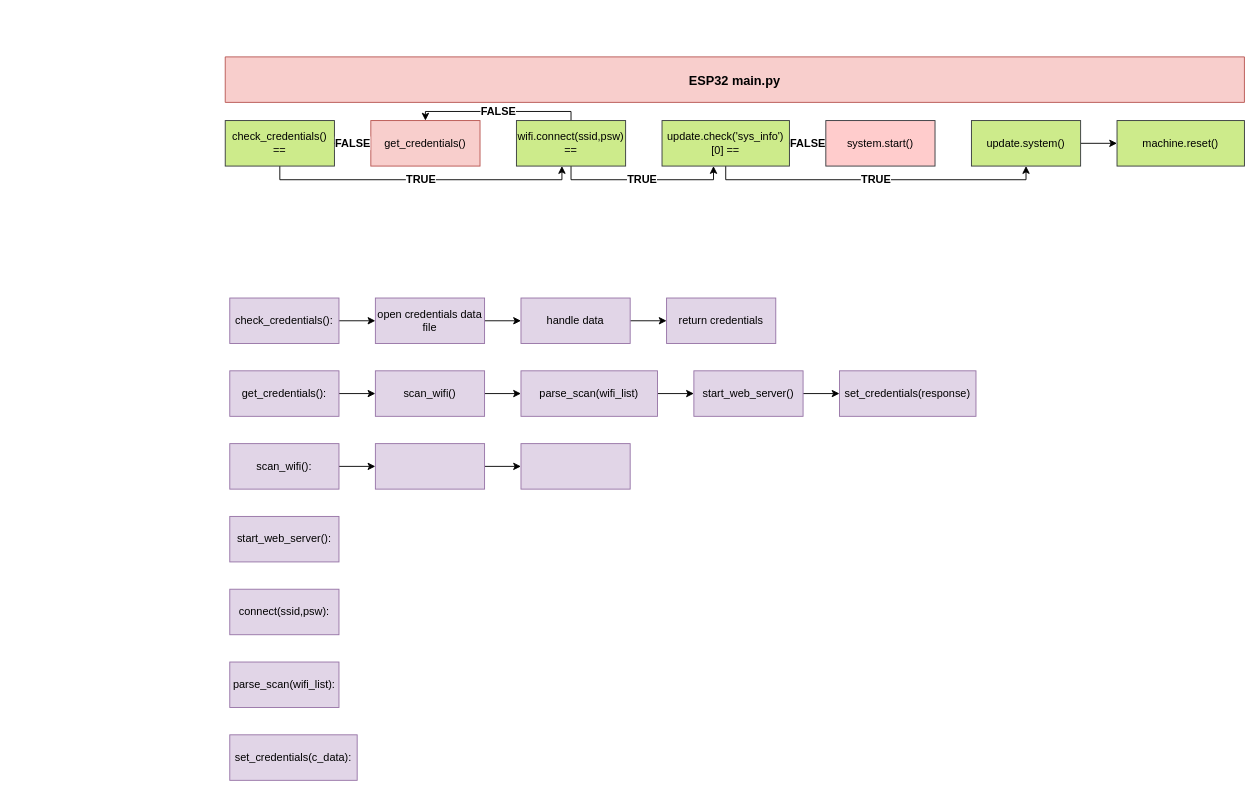
The draw.io diagram design_files/esp_structure.drawio in marsex/workbench, before the edit. Source tidied: cells renumbered, new cells numbered last; positions are measured from the earlier drawing's top-left corner, leaving out a move shared by most shapes. Both pictures are drawn from the tidied source at 91%, with x=0, y=0 at pixel (225, 56).
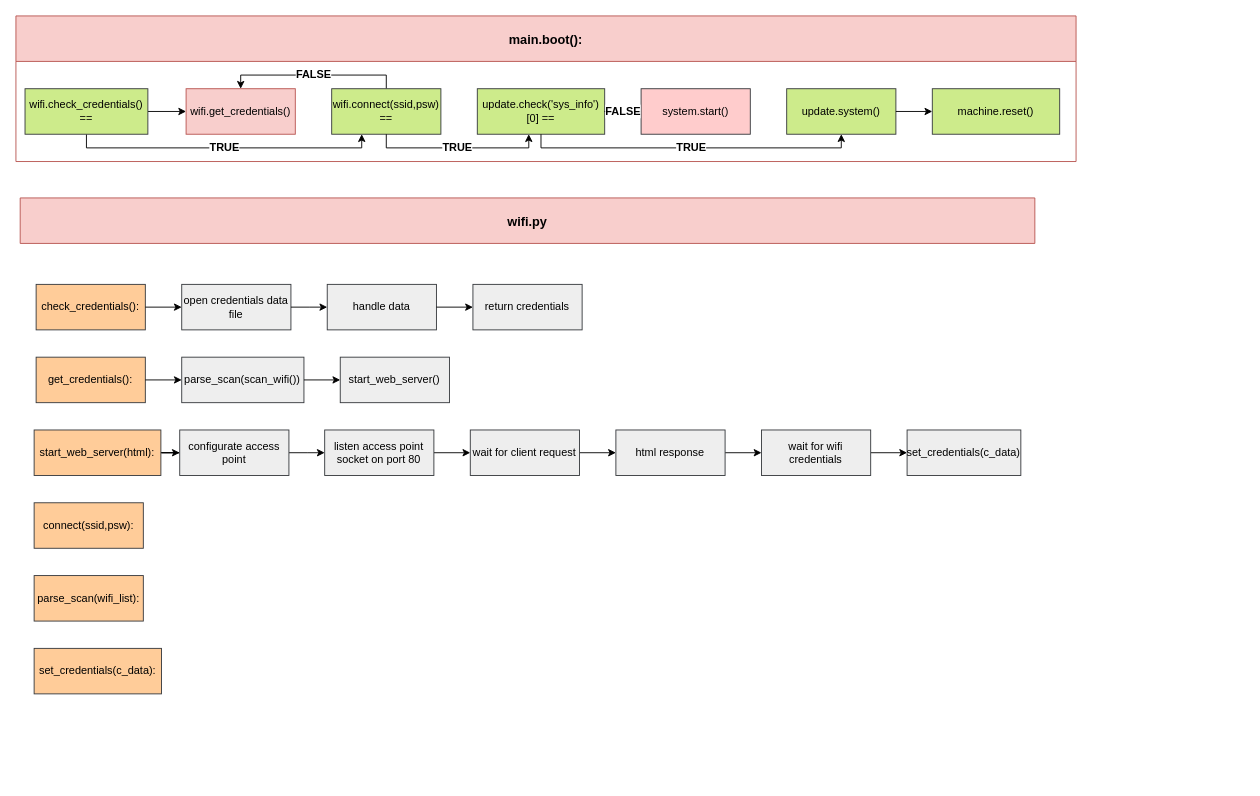
After the change.

What changed in the source:
```diff
@@
-    <mxCell id="2" value="ESP32 main.py" style="swimlane;strokeColor=#b85450;fillColor=#f8cecc;fontSize=14;startSize=50;flipH=1;" parent="1" vertex="1">
-      <mxGeometry width="1120" height="50" as="geometry" />
+    <mxCell id="2" value="main.boot():" style="swimlane;strokeColor=#b85450;fillColor=#f8cecc;fontSize=14;startSize=50;flipH=1;" parent="1" vertex="1">
+      <mxGeometry x="-230" y="-45" width="1165" height="160" as="geometry" />
     </mxCell>
-    <mxCell id="3" value="get_credentials()" style="rounded=0;whiteSpace=wrap;html=1;fillColor=#f8cecc;strokeColor=#b85450;" parent="1" vertex="1">
-      <mxGeometry x="160" y="70" width="120" height="50" as="geometry" />
+    <mxCell id="3" value="wifi.get_credentials()" style="rounded=0;whiteSpace=wrap;html=1;fillColor=#f8cecc;strokeColor=#b85450;" parent="2" vertex="1">
+      <mxGeometry x="187" y="80" width="120" height="50" as="geometry" />
     </mxCell>
-    <mxCell id="4" value="&lt;b&gt;FALSE&lt;/b&gt;" style="edgeStyle=orthogonalEdgeStyle;rounded=0;jettySize=auto;html=1;exitX=0.5;exitY=0;exitDx=0;exitDy=0;entryX=0.5;entryY=0;entryDx=0;entryDy=0;fontSize=12;fontColor=#000000;" parent="1" edge="1" source="6" target="3">
+    <mxCell id="4" value="&lt;b&gt;FALSE&lt;/b&gt;" style="edgeStyle=orthogonalEdgeStyle;rounded=0;jettySize=auto;html=1;exitX=0.5;exitY=0;exitDx=0;exitDy=0;entryX=0.5;entryY=0;entryDx=0;entryDy=0;fontSize=12;fontColor=#000000;" parent="2" edge="1" source="6" target="3">
       <mxGeometry relative="1" as="geometry">
         <Array as="points">
-          <mxPoint x="380" y="60" />
-          <mxPoint x="220" y="60" />
+          <mxPoint x="407" y="65" />
+          <mxPoint x="247" y="65" />
         </Array>
       </mxGeometry>
     </mxCell>
+    <mxCell id="6" value="wifi.connect(ssid,psw)&lt;br&gt;==" style="rounded=0;whiteSpace=wrap;html=1;fillColor=#cdeb8b;strokeColor=#36393d;" parent="2" vertex="1">
+      <mxGeometry x="347" y="80" width="120" height="50" as="geometry" />
+    </mxCell>
+    <mxCell id="10" value="update.check('sys_info')[0] ==" style="rounded=0;whiteSpace=wrap;html=1;fillColor=#cdeb8b;strokeColor=#36393d;" parent="2" vertex="1">
+      <mxGeometry x="507" y="80" width="140" height="50" as="geometry" />
+    </mxCell>
-    <mxCell id="5" value="&lt;b&gt;TRUE&lt;/b&gt;" style="edgeStyle=orthogonalEdgeStyle;rounded=0;jettySize=auto;html=1;exitX=0.5;exitY=1;exitDx=0;exitDy=0;entryX=0.404;entryY=1;entryDx=0;entryDy=0;fontSize=12;fontColor=#000000;entryPerimeter=0;" parent="1" edge="1" source="6" target="10">
+    <mxCell id="5" value="&lt;b&gt;TRUE&lt;/b&gt;" style="edgeStyle=orthogonalEdgeStyle;rounded=0;jettySize=auto;html=1;exitX=0.5;exitY=1;exitDx=0;exitDy=0;entryX=0.404;entryY=1;entryDx=0;entryDy=0;fontSize=12;fontColor=#000000;entryPerimeter=0;" parent="2" edge="1" source="6" target="10">
       <mxGeometry relative="1" as="geometry">
         <Array as="points">
-          <mxPoint x="380" y="135" />
-          <mxPoint x="537" y="135" />
+          <mxPoint x="407" y="145" />
+          <mxPoint x="564" y="145" />
         </Array>
       </mxGeometry>
     </mxCell>
-    <mxCell id="6" value="wifi.connect(ssid,psw)&lt;br&gt;==" style="rounded=0;whiteSpace=wrap;html=1;fillColor=#cdeb8b;strokeColor=#36393d;" parent="1" vertex="1">
-      <mxGeometry x="320" y="70" width="120" height="50" as="geometry" />
-    </mxCell>
-    <mxCell id="7" value="TRUE" style="edgeStyle=orthogonalEdgeStyle;rounded=0;jettySize=auto;html=1;exitX=0.5;exitY=1;exitDx=0;exitDy=0;entryX=0.5;entryY=1;entryDx=0;entryDy=0;fontSize=12;fontColor=#000000;fontStyle=1;" parent="1" edge="1" source="10" target="13">
-      <mxGeometry relative="1" as="geometry">
-        <Array as="points">
-          <mxPoint x="550" y="135" />
-          <mxPoint x="880" y="135" />
-        </Array>
-      </mxGeometry>
-    </mxCell>
+    <mxCell id="11" value="system.start()" style="rounded=0;whiteSpace=wrap;html=1;fillColor=#ffcccc;strokeColor=#36393d;" parent="2" vertex="1">
+      <mxGeometry x="687" y="80" width="120" height="50" as="geometry" />
+    </mxCell>
-    <mxCell id="8" style="edgeStyle=orthogonalEdgeStyle;rounded=0;jettySize=auto;html=1;exitX=1;exitY=0.5;exitDx=0;exitDy=0;fontSize=12;fontColor=#000000;" parent="1" edge="1" source="10" target="11">
+    <mxCell id="8" style="edgeStyle=orthogonalEdgeStyle;rounded=0;jettySize=auto;html=1;exitX=1;exitY=0.5;exitDx=0;exitDy=0;fontSize=12;fontColor=#000000;" parent="2" edge="1" source="10" target="11">
       <mxGeometry relative="1" as="geometry" />
     </mxCell>
-    <mxCell id="9" value="&lt;b&gt;FALSE&lt;/b&gt;" style="edgeStyle=orthogonalEdgeStyle;rounded=0;jettySize=auto;html=1;fontSize=12;fontColor=#000000;" parent="1" edge="1" source="10" target="11">
+    <mxCell id="9" value="&lt;b&gt;FALSE&lt;/b&gt;" style="edgeStyle=orthogonalEdgeStyle;rounded=0;jettySize=auto;html=1;fontSize=12;fontColor=#000000;" parent="2" edge="1" source="10" target="11">
       <mxGeometry relative="1" as="geometry" />
     </mxCell>
-    <mxCell id="10" value="update.check('sys_info')[0] ==" style="rounded=0;whiteSpace=wrap;html=1;fillColor=#cdeb8b;strokeColor=#36393d;" parent="1" vertex="1">
-      <mxGeometry x="480" y="70" width="140" height="50" as="geometry" />
-    </mxCell>
-    <mxCell id="11" value="system.start()" style="rounded=0;whiteSpace=wrap;html=1;fillColor=#ffcccc;strokeColor=#36393d;" parent="1" vertex="1">
-      <mxGeometry x="660" y="70" width="120" height="50" as="geometry" />
-    </mxCell>
+    <mxCell id="13" value="update.system()" style="rounded=0;whiteSpace=wrap;html=1;fillColor=#cdeb8b;strokeColor=#36393d;" parent="2" vertex="1">
+      <mxGeometry x="847" y="80" width="120" height="50" as="geometry" />
+    </mxCell>
+    <mxCell id="7" value="TRUE" style="edgeStyle=orthogonalEdgeStyle;rounded=0;jettySize=auto;html=1;exitX=0.5;exitY=1;exitDx=0;exitDy=0;entryX=0.5;entryY=1;entryDx=0;entryDy=0;fontSize=12;fontColor=#000000;fontStyle=1;" parent="2" edge="1" source="10" target="13">
+      <mxGeometry relative="1" as="geometry">
+        <Array as="points">
+          <mxPoint x="577" y="145" />
+          <mxPoint x="907" y="145" />
+        </Array>
+      </mxGeometry>
+    </mxCell>
+    <mxCell id="14" value="machine.reset()" style="rounded=0;whiteSpace=wrap;html=1;fillColor=#cdeb8b;strokeColor=#36393d;" parent="2" vertex="1">
+      <mxGeometry x="1007" y="80" width="140" height="50" as="geometry" />
+    </mxCell>
-    <mxCell id="12" style="edgeStyle=orthogonalEdgeStyle;rounded=0;jettySize=auto;html=1;fontSize=12;fontColor=#000000;" parent="1" edge="1" source="13" target="14">
+    <mxCell id="12" style="edgeStyle=orthogonalEdgeStyle;rounded=0;jettySize=auto;html=1;fontSize=12;fontColor=#000000;" parent="2" edge="1" source="13" target="14">
       <mxGeometry relative="1" as="geometry" />
     </mxCell>
-    <mxCell id="13" value="update.system()" style="rounded=0;whiteSpace=wrap;html=1;fillColor=#cdeb8b;strokeColor=#36393d;" parent="1" vertex="1">
-      <mxGeometry x="820" y="70" width="120" height="50" as="geometry" />
-    </mxCell>
-    <mxCell id="14" value="machine.reset()" style="rounded=0;whiteSpace=wrap;html=1;fillColor=#cdeb8b;strokeColor=#36393d;" parent="1" vertex="1">
-      <mxGeometry x="980" y="70" width="140" height="50" as="geometry" />
-    </mxCell>
-    <mxCell id="15" value="TRUE" style="edgeStyle=orthogonalEdgeStyle;rounded=0;jettySize=auto;html=1;exitX=0.5;exitY=1;exitDx=0;exitDy=0;fontColor=#000000;fontStyle=1;fontSize=12;" parent="1" edge="1" source="16" target="6">
+    <mxCell id="15" value="TRUE" style="edgeStyle=orthogonalEdgeStyle;rounded=0;jettySize=auto;html=1;exitX=0.5;exitY=1;exitDx=0;exitDy=0;fontColor=#000000;fontStyle=1;fontSize=12;" parent="2" edge="1" source="16" target="6">
       <mxGeometry relative="1" as="geometry">
         <Array as="points">
-          <mxPoint x="60" y="135" />
-          <mxPoint x="370" y="135" />
+          <mxPoint x="77" y="145" />
+          <mxPoint x="380" y="145" />
         </Array>
       </mxGeometry>
     </mxCell>
+    <mxCell id="17" style="edgeStyle=orthogonalEdgeStyle;rounded=0;jettySize=auto;html=1;fontSize=12;fontColor=#000000;" parent="2" edge="1" source="16" target="3">
+      <mxGeometry relative="1" as="geometry" />
+    </mxCell>
-    <mxCell id="16" value="check_credentials() ==" style="rounded=0;whiteSpace=wrap;html=1;fillColor=#cdeb8b;strokeColor=#36393d;" parent="1" vertex="1">
-      <mxGeometry y="70" width="120" height="50" as="geometry" />
+    <mxCell id="16" value="wifi.check_credentials() ==" style="rounded=0;whiteSpace=wrap;html=1;fillColor=#cdeb8b;strokeColor=#36393d;" parent="2" vertex="1">
+      <mxGeometry x="10" y="80" width="135" height="50" as="geometry" />
     </mxCell>
-    <mxCell id="17" value="FALSE" style="edgeStyle=orthogonalEdgeStyle;rounded=0;jettySize=auto;html=1;fontStyle=1;fontSize=12;" parent="1" edge="1" source="16" target="3">
-      <mxGeometry relative="1" as="geometry" />
-    </mxCell>
+    <mxCell id="43" value="wifi.py" style="swimlane;strokeColor=#b85450;fillColor=#f8cecc;fontSize=14;startSize=50;flipH=1;" parent="1" vertex="1">
+      <mxGeometry x="-225.3" y="155" width="1115" height="50" as="geometry" />
+    </mxCell>
-    <mxCell id="18" value="start_web_server():" style="rounded=0;whiteSpace=wrap;html=1;fillColor=#e1d5e7;strokeColor=#9673a6;" parent="1" vertex="1">
-      <mxGeometry x="5" y="505" width="120" height="50" as="geometry" />
+    <mxCell id="18" value="start_web_server(html):" style="rounded=0;whiteSpace=wrap;html=1;fillColor=#ffcc99;strokeColor=#36393d;" parent="1" vertex="1">
+      <mxGeometry x="-210" y="410" width="139.3" height="50" as="geometry" />
     </mxCell>
+    <mxCell id="20" value="check_credentials():" style="rounded=0;whiteSpace=wrap;html=1;fillColor=#ffcc99;strokeColor=#36393d;" parent="1" vertex="1">
+      <mxGeometry x="-207.8" y="250" width="120" height="50" as="geometry" />
+    </mxCell>
+    <mxCell id="22" value="open credentials data file" style="rounded=0;whiteSpace=wrap;html=1;fillColor=#eeeeee;strokeColor=#36393d;" parent="1" vertex="1">
+      <mxGeometry x="-47.8" y="250" width="120" height="50" as="geometry" />
+    </mxCell>
@@
-    <mxCell id="20" value="check_credentials():" style="rounded=0;whiteSpace=wrap;html=1;fillColor=#e1d5e7;strokeColor=#9673a6;" parent="1" vertex="1">
-      <mxGeometry x="5" y="265" width="120" height="50" as="geometry" />
-    </mxCell>
+    <mxCell id="24" value="handle data" style="rounded=0;whiteSpace=wrap;html=1;fillColor=#eeeeee;strokeColor=#36393d;" parent="1" vertex="1">
+      <mxGeometry x="112.1" y="250" width="120" height="50" as="geometry" />
+    </mxCell>
@@
-    <mxCell id="22" value="open credentials data file" style="rounded=0;whiteSpace=wrap;html=1;fillColor=#e1d5e7;strokeColor=#9673a6;" parent="1" vertex="1">
-      <mxGeometry x="165" y="265" width="120" height="50" as="geometry" />
-    </mxCell>
+    <mxCell id="25" value="return credentials" style="rounded=0;whiteSpace=wrap;html=1;fillColor=#eeeeee;strokeColor=#36393d;" parent="1" vertex="1">
+      <mxGeometry x="272.2" y="250" width="120" height="50" as="geometry" />
+    </mxCell>
@@
-    <mxCell id="24" value="handle data" style="rounded=0;whiteSpace=wrap;html=1;fillColor=#e1d5e7;strokeColor=#9673a6;" parent="1" vertex="1">
-      <mxGeometry x="325" y="265" width="120" height="50" as="geometry" />
-    </mxCell>
-    <mxCell id="25" value="return credentials" style="rounded=0;whiteSpace=wrap;html=1;fillColor=#e1d5e7;strokeColor=#9673a6;" parent="1" vertex="1">
-      <mxGeometry x="485" y="265" width="120" height="50" as="geometry" />
-    </mxCell>
-    <mxCell id="26" style="edgeStyle=orthogonalEdgeStyle;rounded=0;jettySize=auto;html=1;fontColor=#000000;" parent="1" edge="1" source="27" target="29">
-      <mxGeometry relative="1" as="geometry" />
-    </mxCell>
-    <mxCell id="27" value="scan_wifi():" style="rounded=0;whiteSpace=wrap;html=1;fillColor=#e1d5e7;strokeColor=#9673a6;" parent="1" vertex="1">
-      <mxGeometry x="5" y="425" width="120" height="50" as="geometry" />
-    </mxCell>
-    <mxCell id="28" style="edgeStyle=orthogonalEdgeStyle;rounded=0;jettySize=auto;html=1;fontColor=#000000;" parent="1" edge="1" source="29" target="30">
-      <mxGeometry relative="1" as="geometry" />
-    </mxCell>
-    <mxCell id="29" style="rounded=0;whiteSpace=wrap;html=1;fillColor=#e1d5e7;strokeColor=#9673a6;" parent="1" vertex="1">
-      <mxGeometry x="165" y="425" width="120" height="50" as="geometry" />
-    </mxCell>
-    <mxCell id="30" style="rounded=0;whiteSpace=wrap;html=1;fillColor=#e1d5e7;strokeColor=#9673a6;" parent="1" vertex="1">
-      <mxGeometry x="325" y="425" width="120" height="50" as="geometry" />
-    </mxCell>
+    <mxCell id="32" value="get_credentials():" style="rounded=0;whiteSpace=wrap;html=1;fillColor=#ffcc99;strokeColor=#36393d;" parent="1" vertex="1">
+      <mxGeometry x="-207.8" y="330" width="120" height="50" as="geometry" />
+    </mxCell>
+    <mxCell id="34" value="parse_scan(scan_wifi())" style="rounded=0;whiteSpace=wrap;html=1;fillColor=#eeeeee;strokeColor=#36393d;" parent="1" vertex="1">
+      <mxGeometry x="-47.8" y="330" width="134.3" height="50" as="geometry" />
+    </mxCell>
@@
-    <mxCell id="32" value="get_credentials():" style="rounded=0;whiteSpace=wrap;html=1;fillColor=#e1d5e7;strokeColor=#9673a6;" parent="1" vertex="1">
-      <mxGeometry x="5" y="345" width="120" height="50" as="geometry" />
-    </mxCell>
-    <mxCell id="33" style="edgeStyle=orthogonalEdgeStyle;rounded=0;jettySize=auto;html=1;fontColor=#000000;" parent="1" edge="1" source="34" target="36">
-      <mxGeometry relative="1" as="geometry" />
-    </mxCell>
-    <mxCell id="34" value="scan_wifi()" style="rounded=0;whiteSpace=wrap;html=1;fillColor=#e1d5e7;strokeColor=#9673a6;" parent="1" vertex="1">
-      <mxGeometry x="165" y="345" width="120" height="50" as="geometry" />
-    </mxCell>
-    <mxCell id="35" style="edgeStyle=orthogonalEdgeStyle;rounded=0;jettySize=auto;html=1;fontColor=#000000;" parent="1" edge="1" source="36" target="38">
-      <mxGeometry relative="1" as="geometry" />
-    </mxCell>
-    <mxCell id="36" value="parse_scan(wifi_list)" style="rounded=0;whiteSpace=wrap;html=1;fillColor=#e1d5e7;strokeColor=#9673a6;" parent="1" vertex="1">
-      <mxGeometry x="325" y="345" width="150" height="50" as="geometry" />
-    </mxCell>
-    <mxCell id="37" style="edgeStyle=orthogonalEdgeStyle;rounded=0;jettySize=auto;html=1;fontSize=12;fontColor=#000000;" parent="1" edge="1" source="38" target="39">
-      <mxGeometry relative="1" as="geometry" />
-    </mxCell>
-    <mxCell id="38" value="start_web_server()" style="rounded=0;whiteSpace=wrap;html=1;fillColor=#e1d5e7;strokeColor=#9673a6;" parent="1" vertex="1">
-      <mxGeometry x="515" y="345" width="120" height="50" as="geometry" />
-    </mxCell>
-    <mxCell id="39" value="set_credentials(response)" style="rounded=0;whiteSpace=wrap;html=1;fillColor=#e1d5e7;strokeColor=#9673a6;" parent="1" vertex="1">
-      <mxGeometry x="675" y="345" width="150" height="50" as="geometry" />
-    </mxCell>
-    <mxCell id="40" value="connect(ssid,psw):" style="rounded=0;whiteSpace=wrap;html=1;fillColor=#e1d5e7;strokeColor=#9673a6;" parent="1" vertex="1">
-      <mxGeometry x="5" y="585" width="120" height="50" as="geometry" />
+    <mxCell id="40" value="connect(ssid,psw):" style="rounded=0;whiteSpace=wrap;html=1;fillColor=#ffcc99;strokeColor=#36393d;" parent="1" vertex="1">
+      <mxGeometry x="-210" y="490" width="120" height="50" as="geometry" />
     </mxCell>
-    <mxCell id="41" value="parse_scan(wifi_list):" style="rounded=0;whiteSpace=wrap;html=1;fillColor=#e1d5e7;strokeColor=#9673a6;" parent="1" vertex="1">
-      <mxGeometry x="5" y="665" width="120" height="50" as="geometry" />
+    <mxCell id="41" value="parse_scan(wifi_list):" style="rounded=0;whiteSpace=wrap;html=1;fillColor=#ffcc99;strokeColor=#36393d;" parent="1" vertex="1">
+      <mxGeometry x="-210" y="570" width="120" height="50" as="geometry" />
     </mxCell>
-    <mxCell id="42" value="set_credentials(c_data):" style="rounded=0;whiteSpace=wrap;html=1;fillColor=#e1d5e7;strokeColor=#9673a6;" parent="1" vertex="1">
-      <mxGeometry x="5" y="745" width="140" height="50" as="geometry" />
+    <mxCell id="42" value="set_credentials(c_data):" style="rounded=0;whiteSpace=wrap;html=1;fillColor=#ffcc99;strokeColor=#36393d;" parent="1" vertex="1">
+      <mxGeometry x="-210" y="650" width="140" height="50" as="geometry" />
     </mxCell>
+    <mxCell id="44" style="edgeStyle=orthogonalEdgeStyle;rounded=0;jettySize=auto;html=1;fontSize=12;fontColor=#000000;" parent="1" edge="1" source="45" target="46">
+      <mxGeometry relative="1" as="geometry" />
+    </mxCell>
+    <mxCell id="45" value="wait for wifi credentials" style="rounded=0;whiteSpace=wrap;html=1;fillColor=#eeeeee;strokeColor=#36393d;" parent="1" vertex="1">
+      <mxGeometry x="589.3" y="410" width="120" height="50" as="geometry" />
+    </mxCell>
+    <mxCell id="46" value="set_credentials(c_data)" style="rounded=0;whiteSpace=wrap;html=1;fillColor=#eeeeee;strokeColor=#36393d;" parent="1" vertex="1">
+      <mxGeometry x="749.3" y="410" width="125" height="50" as="geometry" />
+    </mxCell>
+    <mxCell id="38" value="start_web_server()" style="rounded=0;whiteSpace=wrap;html=1;fillColor=#eeeeee;strokeColor=#36393d;" parent="1" vertex="1">
+      <mxGeometry x="126.4" y="330" width="120" height="50" as="geometry" />
+    </mxCell>
+    <mxCell id="47" style="edgeStyle=orthogonalEdgeStyle;rounded=0;jettySize=auto;html=1;exitX=1;exitY=0.5;exitDx=0;exitDy=0;entryX=0;entryY=0.5;entryDx=0;entryDy=0;fontSize=12;fontColor=#000000;" parent="1" edge="1" source="34" target="38">
+      <mxGeometry relative="1" as="geometry" />
+    </mxCell>
+    <mxCell id="48" style="edgeStyle=orthogonalEdgeStyle;rounded=0;jettySize=auto;html=1;fontSize=12;fontColor=#000000;" parent="1" edge="1" source="49" target="51">
+      <mxGeometry relative="1" as="geometry" />
+    </mxCell>
+    <mxCell id="49" value="configurate access point" style="rounded=0;whiteSpace=wrap;html=1;fillColor=#eeeeee;strokeColor=#36393d;" parent="1" vertex="1">
+      <mxGeometry x="-50" y="410" width="120" height="50" as="geometry" />
+    </mxCell>
+    <mxCell id="50" style="edgeStyle=orthogonalEdgeStyle;rounded=0;jettySize=auto;html=1;fontSize=12;fontColor=#000000;" parent="1" edge="1" source="51" target="53">
+      <mxGeometry relative="1" as="geometry" />
+    </mxCell>
+    <mxCell id="51" value="listen access point socket on port 80" style="rounded=0;whiteSpace=wrap;html=1;fillColor=#eeeeee;strokeColor=#36393d;" parent="1" vertex="1">
+      <mxGeometry x="109.3" y="410" width="120" height="50" as="geometry" />
+    </mxCell>
+    <mxCell id="52" style="edgeStyle=orthogonalEdgeStyle;rounded=0;jettySize=auto;html=1;fontSize=12;fontColor=#000000;" parent="1" edge="1" source="53" target="55">
+      <mxGeometry relative="1" as="geometry" />
+    </mxCell>
+    <mxCell id="53" value="wait for client request" style="rounded=0;whiteSpace=wrap;html=1;fillColor=#eeeeee;strokeColor=#36393d;" parent="1" vertex="1">
+      <mxGeometry x="269.3" y="410" width="120" height="50" as="geometry" />
+    </mxCell>
+    <mxCell id="54" style="edgeStyle=orthogonalEdgeStyle;rounded=0;jettySize=auto;html=1;fontSize=12;fontColor=#000000;" parent="1" edge="1" source="55" target="45">
+      <mxGeometry relative="1" as="geometry" />
+    </mxCell>
+    <mxCell id="55" value="html response" style="rounded=0;whiteSpace=wrap;html=1;fillColor=#eeeeee;strokeColor=#36393d;" parent="1" vertex="1">
+      <mxGeometry x="429.3" y="410" width="120" height="50" as="geometry" />
+    </mxCell>
+    <mxCell id="56" style="edgeStyle=orthogonalEdgeStyle;rounded=0;jettySize=auto;html=1;fontSize=12;fontColor=#000000;" parent="1" edge="1" source="18" target="49">
+      <mxGeometry relative="1" as="geometry" />
+    </mxCell>
```
